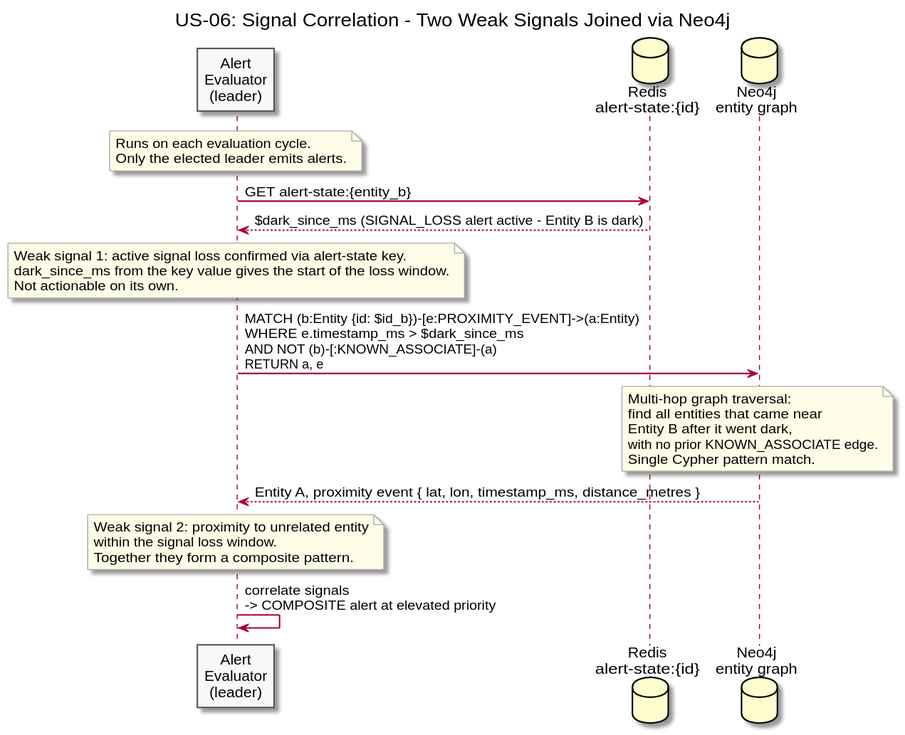
Buffden/sentinel keeps this PlantUML diagram as diagrams/docs/use-cases/US-06-composite-alert/signal-correlation.svg. Above is the earlier version.
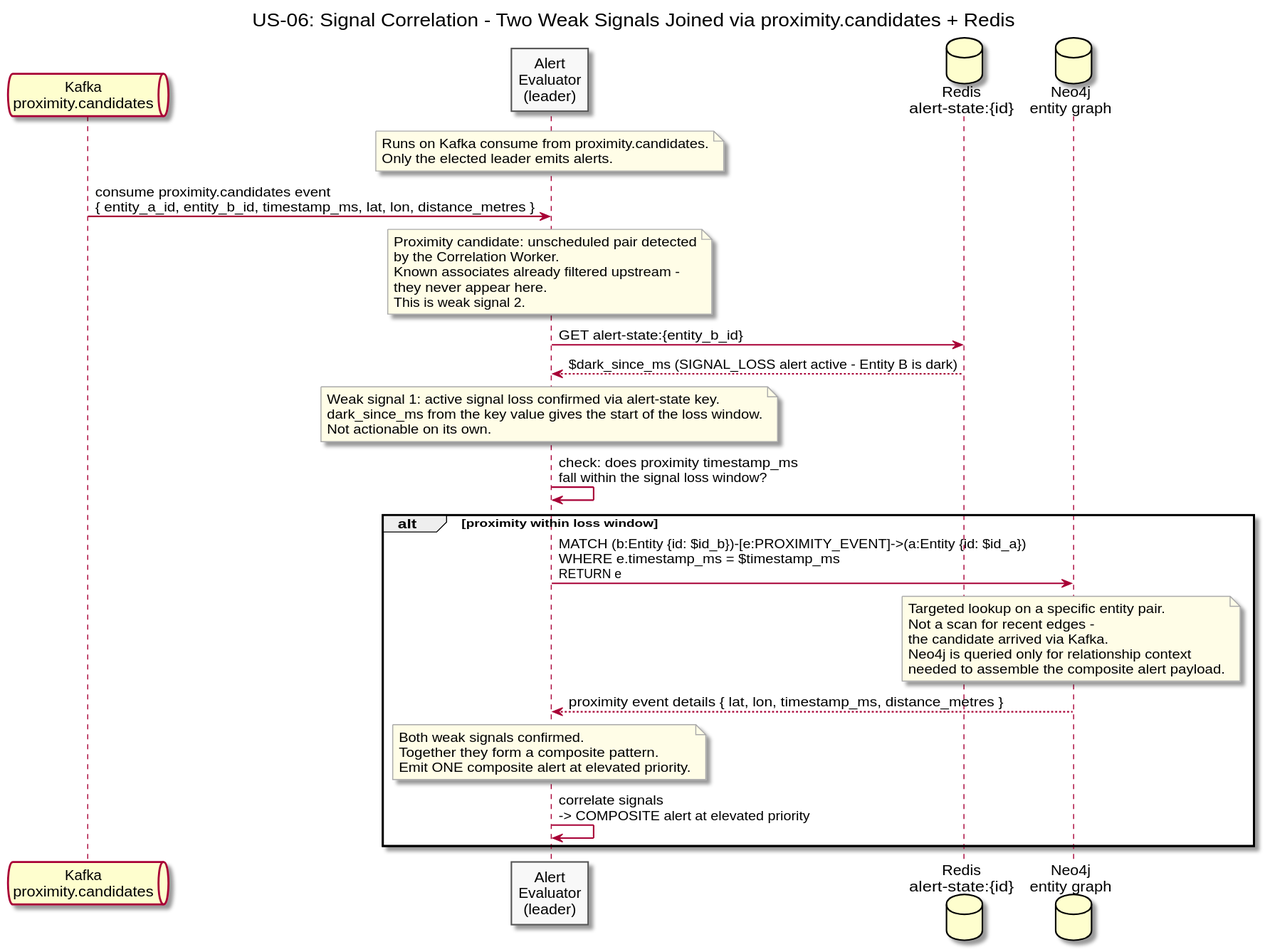
The same diagram one commit later.

What changed in the source:
```diff
@@ -1,5 +1,5 @@
 @startuml signal-correlation
-title US-06: Signal Correlation - Two Weak Signals Joined via Neo4j
+title US-06: Signal Correlation - Two Weak Signals Joined via proximity.candidates + Redis
 
 skinparam sequenceArrowThickness 1.5
 skinparam participantBorderColor #555555
@@ -7,16 +7,27 @@
 skinparam noteBorderColor #AAAAAA
 skinparam noteBackgroundColor #FFFDE7
 
+queue "Kafka\nproximity.candidates" as ProxKafka
 participant "Alert\nEvaluator\n(leader)" as Evaluator
 database "Redis\nalert-state:{id}" as AlertState
 database "Neo4j\nentity graph" as Neo4j
 
 note over Evaluator
-  Runs on each evaluation cycle.
+  Runs on Kafka consume from proximity.candidates.
   Only the elected leader emits alerts.
 end note
 
-Evaluator -> AlertState : GET alert-state:{entity_b}
+ProxKafka -> Evaluator : consume proximity.candidates event\n{ entity_a_id, entity_b_id, timestamp_ms, lat, lon, distance_metres }
+
+note over Evaluator
+  Proximity candidate: unscheduled pair detected
+  by the Correlation Worker.
+  Known associates already filtered upstream -
+  they never appear here.
+  This is weak signal 2.
+end note
+
+Evaluator -> AlertState : GET alert-state:{entity_b_id}
 AlertState --> Evaluator : $dark_since_ms (SIGNAL_LOSS alert active - Entity B is dark)
 
 note over Evaluator
@@ -25,24 +36,28 @@
   Not actionable on its own.
 end note
 
-Evaluator -> Neo4j : MATCH (b:Entity {id: $id_b})-[e:PROXIMITY_EVENT]->(a:Entity)\nWHERE e.timestamp_ms > $dark_since_ms\nAND NOT (b)-[:KNOWN_ASSOCIATE]-(a)\nRETURN a, e
+Evaluator -> Evaluator : check: does proximity timestamp_ms\nfall within the signal loss window?
 
-note over Neo4j
-  Multi-hop graph traversal:
-  find all entities that came near
-  Entity B after it went dark,
-  with no prior KNOWN_ASSOCIATE edge.
-  Single Cypher pattern match.
-end note
+alt proximity within loss window
+  Evaluator -> Neo4j : MATCH (b:Entity {id: $id_b})-[e:PROXIMITY_EVENT]->(a:Entity {id: $id_a})\nWHERE e.timestamp_ms = $timestamp_ms\nRETURN e
 
-Neo4j --> Evaluator : Entity A, proximity event { lat, lon, timestamp_ms, distance_metres }
+  note over Neo4j
+    Targeted lookup on a specific entity pair.
+    Not a scan for recent edges -
+    the candidate arrived via Kafka.
+    Neo4j is queried only for relationship context
+    needed to assemble the composite alert payload.
+  end note
 
-note over Evaluator
-  Weak signal 2: proximity to unrelated entity
-  within the signal loss window.
-  Together they form a composite pattern.
-end note
+  Neo4j --> Evaluator : proximity event details { lat, lon, timestamp_ms, distance_metres }
 
-Evaluator -> Evaluator : correlate signals\n-> COMPOSITE alert at elevated priority
+  note over Evaluator
+    Both weak signals confirmed.
+    Together they form a composite pattern.
+    Emit ONE composite alert at elevated priority.
+  end note
+
+  Evaluator -> Evaluator : correlate signals\n-> COMPOSITE alert at elevated priority
+end
 
 @enduml
```
